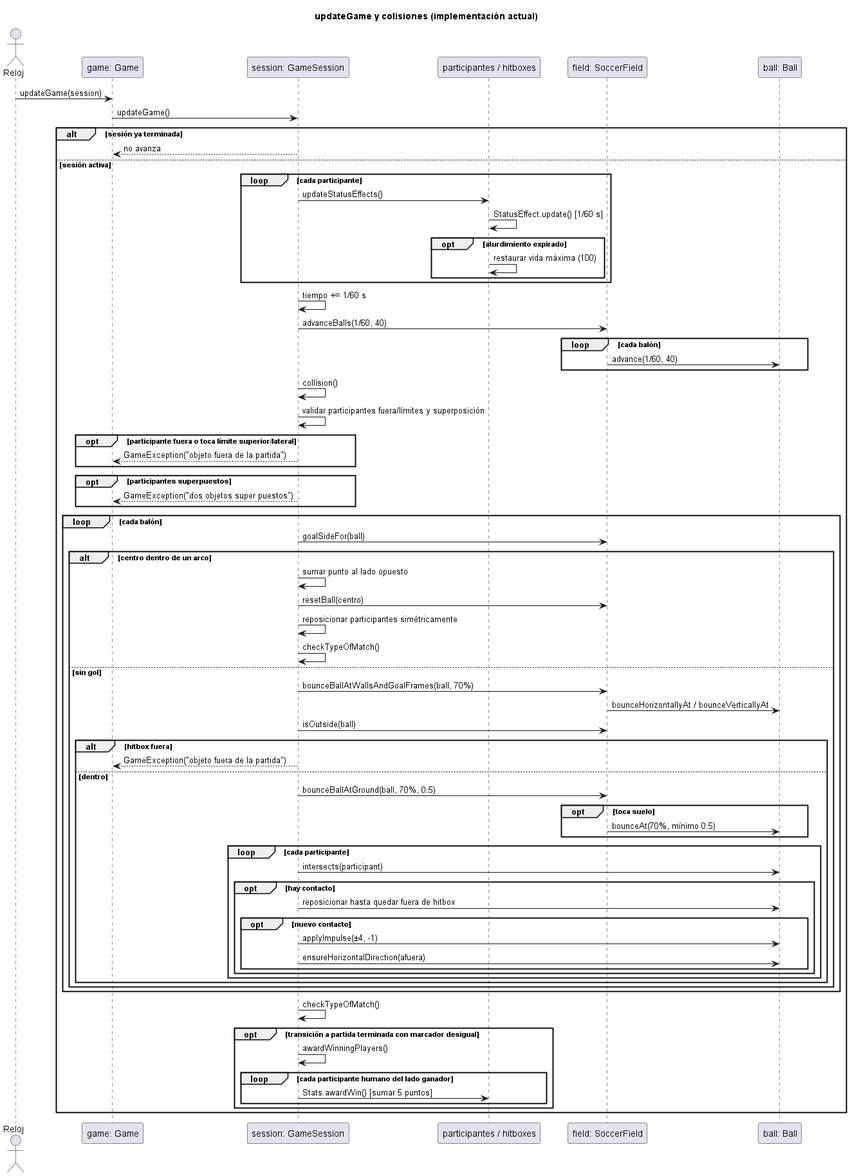
Earlier version of the PlantUML export docs/uml/capturas/domain-sequences_008.png (PaglkG/ProyectoFinal-Dopo).
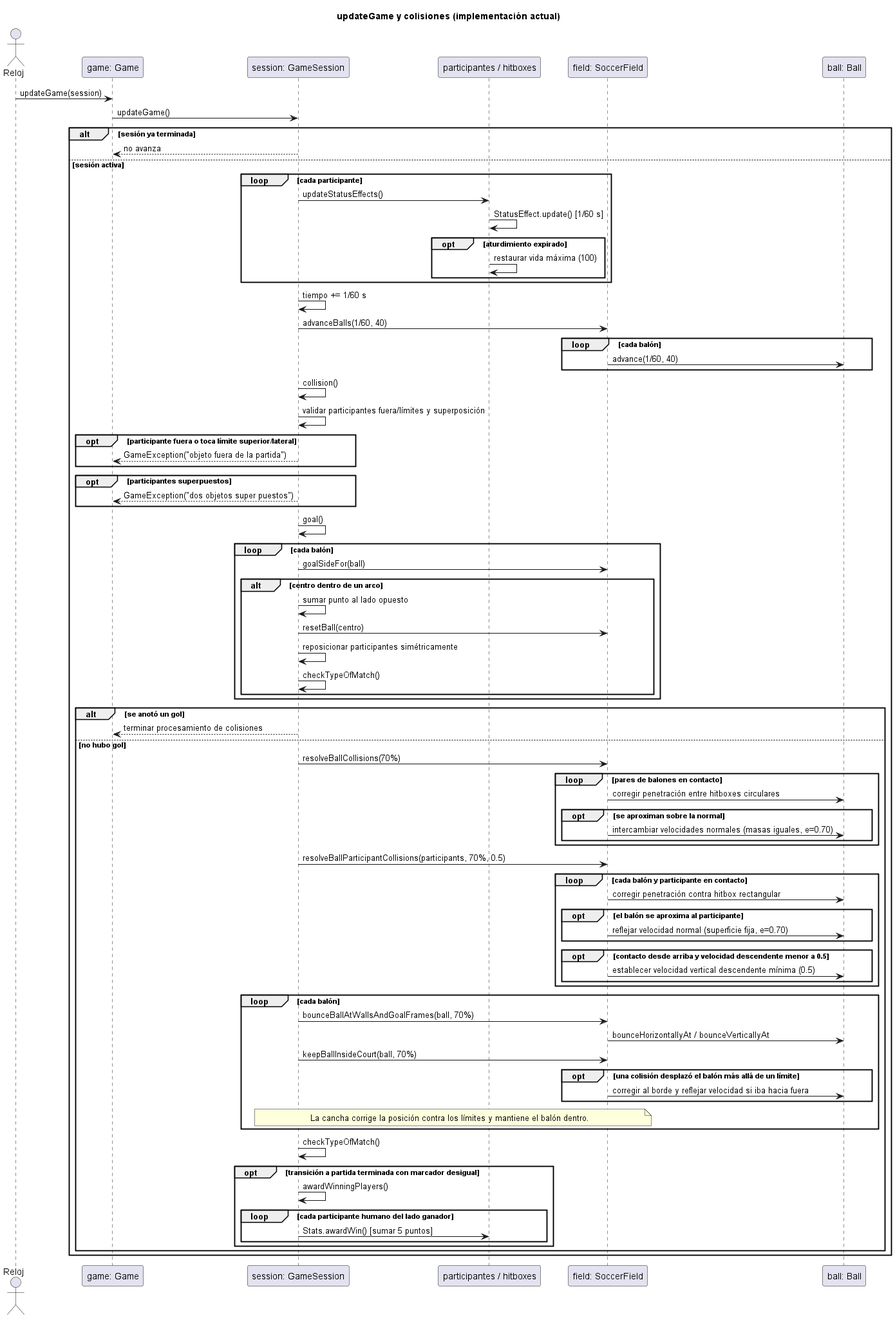
After the commit.

Change to the diagram source:
```diff
@@ -31,6 +31,7 @@
   opt participantes superpuestos
     S --> G: GameException("dos objetos super puestos")
   end
+  S -> S: goal()
   loop cada balón
     S -> F: goalSideFor(ball)
     alt centro dentro de un arco
@@ -38,35 +39,43 @@
       S -> F: resetBall(centro)
       S -> S: reposicionar participantes simétricamente
       S -> S: checkTypeOfMatch()
-    else sin gol
+    end
+  end
+  alt se anotó un gol
+    S --> G: terminar procesamiento de colisiones
+  else no hubo gol
+    S -> F: resolveBallCollisions(70%)
+    loop pares de balones en contacto
+      F -> B: corregir penetración entre hitboxes circulares
+      opt se aproximan sobre la normal
+        F -> B: intercambiar velocidades normales (masas iguales, e=0.70)
+      end
+    end
+    S -> F: resolveBallParticipantCollisions(participants, 70%, 0.5)
+    loop cada balón y participante en contacto
+      F -> B: corregir penetración contra hitbox rectangular
+      opt el balón se aproxima al participante
+        F -> B: reflejar velocidad normal (superficie fija, e=0.70)
+      end
+      opt contacto desde arriba y velocidad descendente menor a 0.5
+        F -> B: establecer velocidad vertical descendente mínima (0.5)
+      end
+    end
+    loop cada balón
       S -> F: bounceBallAtWallsAndGoalFrames(ball, 70%)
       F -> B: bounceHorizontallyAt / bounceVerticallyAt
-      S -> F: isOutside(ball)
-      alt hitbox fuera
-        S --> G: GameException("objeto fuera de la partida")
-      else dentro
-        S -> F: bounceBallAtGround(ball, 70%, 0.5)
-        opt toca suelo
-          F -> B: bounceAt(70%, mínimo 0.5)
-        end
-        loop cada participante
-          S -> B: intersects(participant)
-          opt hay contacto
-            S -> B: reposicionar hasta quedar fuera de hitbox
-            opt nuevo contacto
-              S -> B: applyImpulse(±4, -1)
-              S -> B: ensureHorizontalDirection(afuera)
-            end
-          end
-        end
+      S -> F: keepBallInsideCourt(ball, 70%)
+      opt una colisión desplazó el balón más allá de un límite
+        F -> B: corregir al borde y reflejar velocidad si iba hacia fuera
       end
+      note over S,F: La cancha corrige la posición contra los límites y mantiene el balón dentro.
     end
-  end
-  S -> S: checkTypeOfMatch()
-  opt transición a partida terminada con marcador desigual
-    S -> S: awardWinningPlayers()
-    loop cada participante humano del lado ganador
-      S -> P: Stats.awardWin() [sumar 5 puntos]
+    S -> S: checkTypeOfMatch()
+    opt transición a partida terminada con marcador desigual
+      S -> S: awardWinningPlayers()
+      loop cada participante humano del lado ganador
+        S -> P: Stats.awardWin() [sumar 5 puntos]
+      end
     end
   end
 end
```
